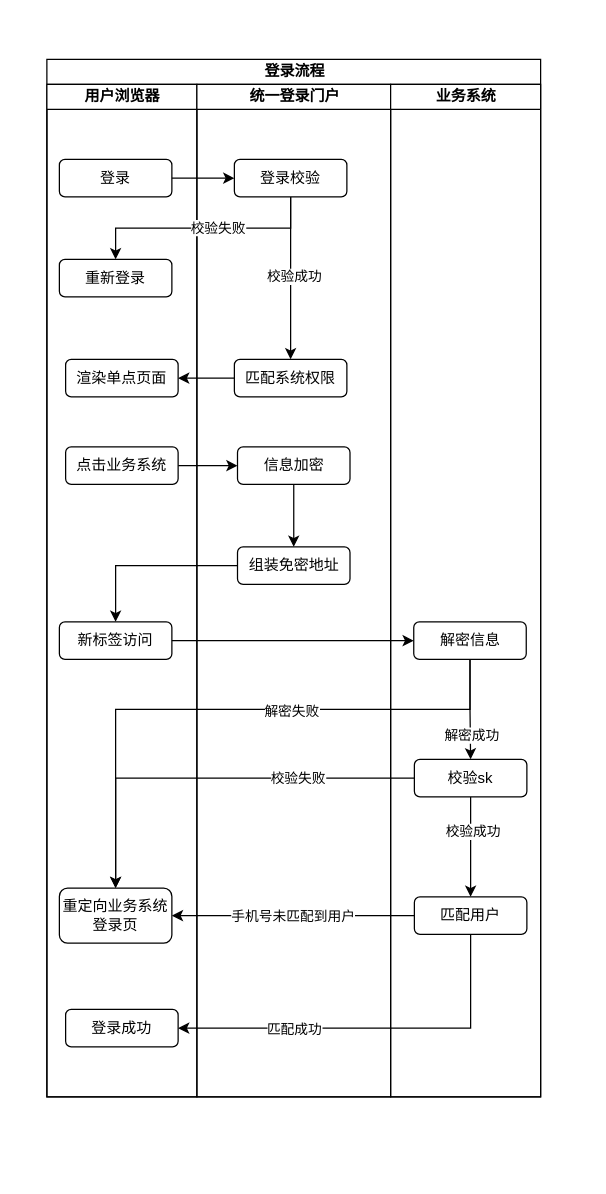
Above: 未命名绘图.drawio in watilion/drow.io (draw.io), before the change. Source tidied: cells renumbered, new cells numbered last; positions are measured from the earlier drawing's top-left corner, leaving out a move shared by most shapes. Both pictures are drawn from the tidied source at 125%, with x=0, y=0 at pixel (46, 59).
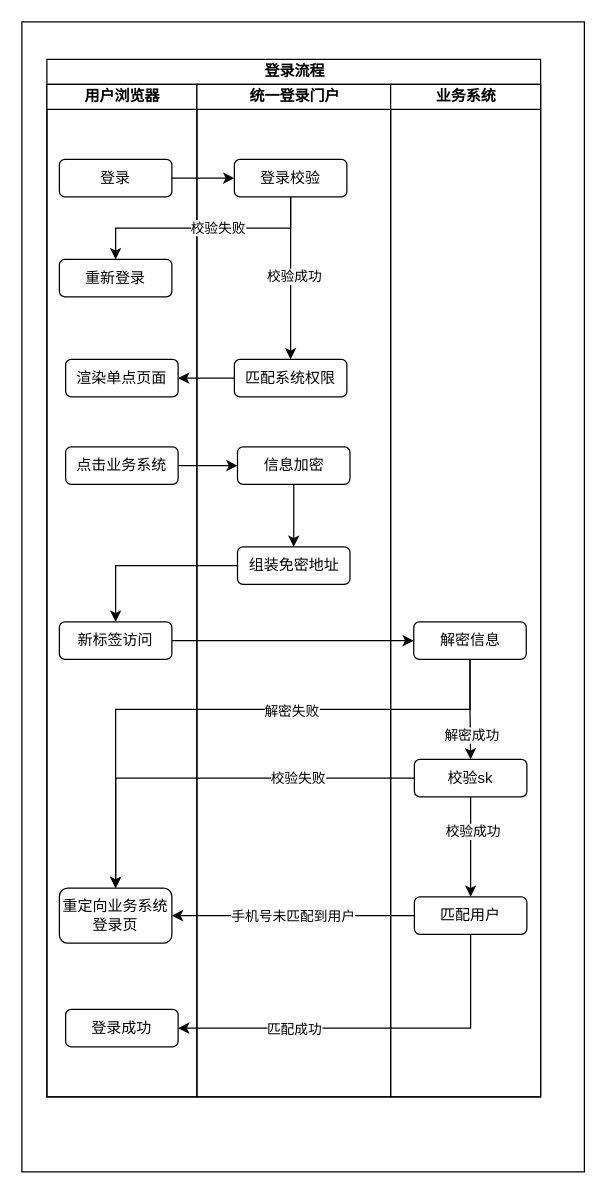
The same page after the edit.

Commit message:
统一门户单点登录

Diff of the diagram source:
```diff
@@
+    <mxCell id="41" style="rounded=0;whiteSpace=wrap;html=1;" parent="1" vertex="1">
+      <mxGeometry x="-20" y="-30" width="450" height="920" as="geometry" />
+    </mxCell>
```
